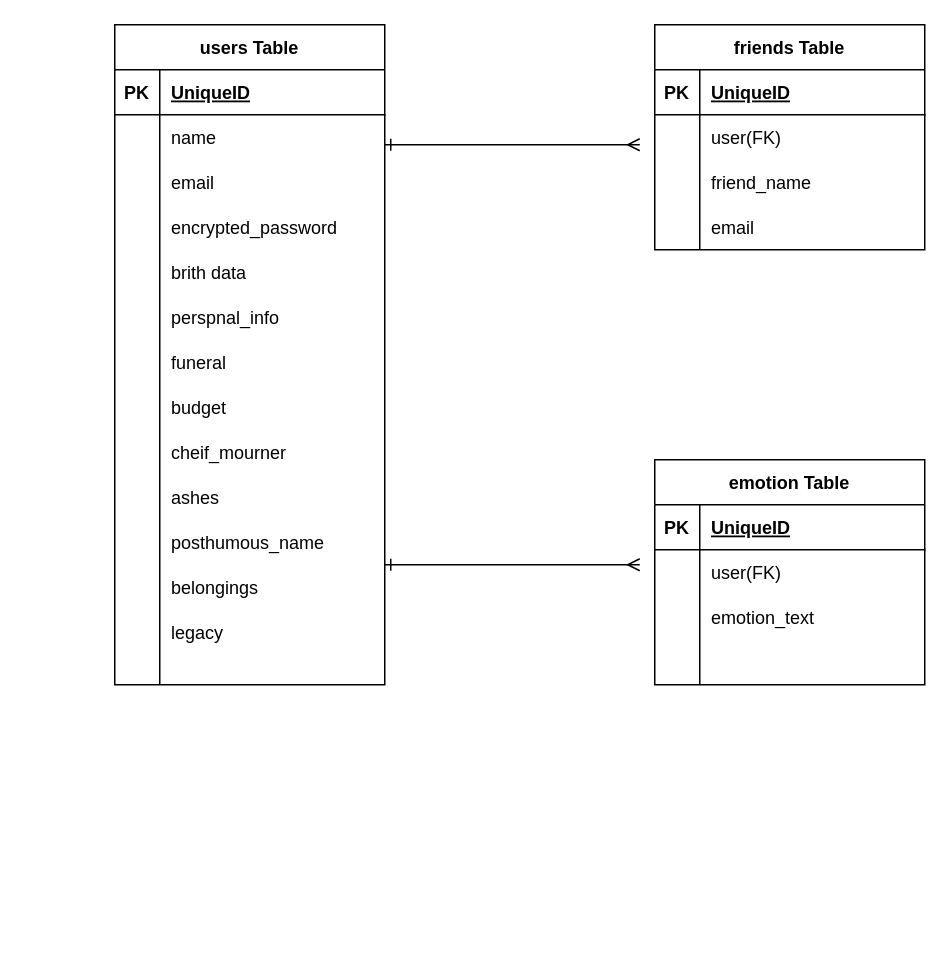
d-miyabi/lifetime keeps this draw.io diagram as ER.dio. Above is the earlier version. Source tidied: cells renumbered, new cells numbered last; positions are measured from the earlier drawing's top-left corner, leaving out a move shared by most shapes. Both pictures are drawn from the tidied source at 150%, with x=0, y=0 at pixel (24, 24).
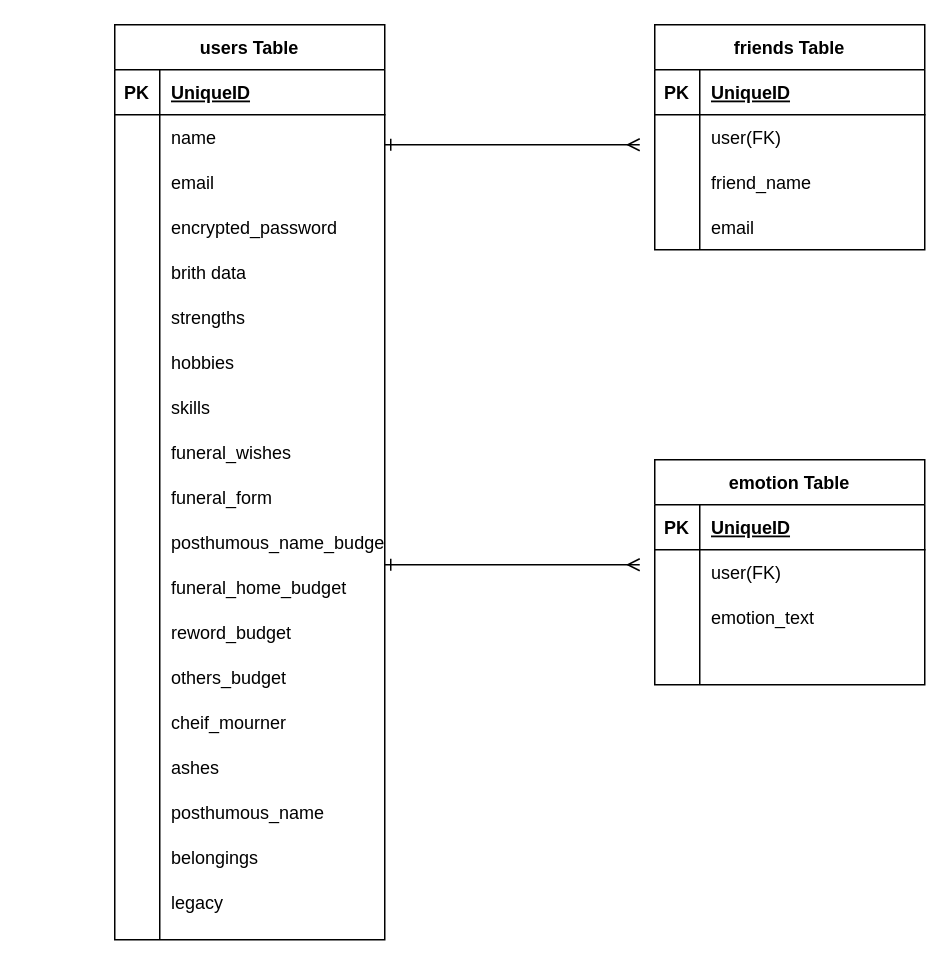
The same diagram, later.

Change to the diagram source:
```diff
@@
     <mxCell id="30" style="group;" parent="1" vertex="1">
-      <mxGeometry x="60" width="180" height="440" as="geometry" />
+      <mxGeometry x="60" width="180" height="600" as="geometry" />
     </mxCell>
     <mxCell id="31" value="users Table" style="shape=table;startSize=30;childLayout=tableLayout;rowLines=0;fontStyle=1;align=center;" parent="30" vertex="1">
-      <mxGeometry width="180" height="440" as="geometry" />
+      <mxGeometry width="180" height="610" as="geometry" />
     </mxCell>
@@
     <mxCell id="41" style="shape=tableRow;horizontal=0;startSize=0;swimlaneHead=0;swimlaneBody=0;fillColor=none;top=0;left=0;right=0;bottom=0;" parent="31" vertex="1">
-      <mxGeometry y="120" width="180" height="320" as="geometry" />
+      <mxGeometry y="120" width="180" height="490" as="geometry" />
     </mxCell>
     <mxCell id="42" style="shape=partialRectangle;fillColor=none;top=0;left=0;bottom=0;right=0;overflow=hidden;" parent="41" vertex="1">
-      <mxGeometry width="30" height="320" as="geometry" />
+      <mxGeometry width="30" height="490" as="geometry" />
     </mxCell>
     <mxCell id="43" style="shape=partialRectangle;fillColor=none;top=0;left=0;bottom=0;right=0;align=left;spacingLeft=6;overflow=hidden;" parent="41" vertex="1">
-      <mxGeometry x="30" width="150" height="320" as="geometry" />
+      <mxGeometry x="30" width="150" height="490" as="geometry" />
     </mxCell>
@@
-    <mxCell id="46" value="perspnal_info" style="shape=partialRectangle;fillColor=none;top=0;left=0;bottom=0;right=0;align=left;spacingLeft=6;overflow=hidden;" parent="30" vertex="1">
+    <mxCell id="46" value="strengths" style="shape=partialRectangle;fillColor=none;top=0;left=0;bottom=0;right=0;align=left;spacingLeft=6;overflow=hidden;" parent="30" vertex="1">
       <mxGeometry x="30" y="180" width="150" height="30" as="geometry" />
     </mxCell>
-    <mxCell id="47" value="funeral" style="shape=partialRectangle;fillColor=none;top=0;left=0;bottom=0;right=0;align=left;spacingLeft=6;overflow=hidden;" parent="30" vertex="1">
+    <mxCell id="47" value="hobbies" style="shape=partialRectangle;fillColor=none;top=0;left=0;bottom=0;right=0;align=left;spacingLeft=6;overflow=hidden;" parent="30" vertex="1">
       <mxGeometry x="30" y="210" width="150" height="30" as="geometry" />
     </mxCell>
-    <mxCell id="48" value="budget" style="shape=partialRectangle;fillColor=none;top=0;left=0;bottom=0;right=0;align=left;spacingLeft=6;overflow=hidden;" parent="30" vertex="1">
+    <mxCell id="48" value="skills" style="shape=partialRectangle;fillColor=none;top=0;left=0;bottom=0;right=0;align=left;spacingLeft=6;overflow=hidden;" parent="30" vertex="1">
       <mxGeometry x="30" y="240" width="150" height="30" as="geometry" />
     </mxCell>
+    <mxCell id="60" value="funeral_wishes" style="shape=partialRectangle;fillColor=none;top=0;left=0;bottom=0;right=0;align=left;spacingLeft=6;overflow=hidden;" parent="30" vertex="1">
+      <mxGeometry x="30" y="270" width="150" height="30" as="geometry" />
+    </mxCell>
+    <mxCell id="61" value="funeral_form" style="shape=partialRectangle;fillColor=none;top=0;left=0;bottom=0;right=0;align=left;spacingLeft=6;overflow=hidden;" parent="30" vertex="1">
+      <mxGeometry x="30" y="300" width="150" height="30" as="geometry" />
+    </mxCell>
+    <mxCell id="62" value="funeral_home_budget" style="shape=partialRectangle;fillColor=none;top=0;left=0;bottom=0;right=0;align=left;spacingLeft=6;overflow=hidden;" parent="30" vertex="1">
+      <mxGeometry x="30" y="360" width="150" height="30" as="geometry" />
+    </mxCell>
+    <mxCell id="63" value="reword_budget" style="shape=partialRectangle;fillColor=none;top=0;left=0;bottom=0;right=0;align=left;spacingLeft=6;overflow=hidden;" parent="30" vertex="1">
+      <mxGeometry x="30" y="390" width="150" height="30" as="geometry" />
+    </mxCell>
+    <mxCell id="64" value="others_budget" style="shape=partialRectangle;fillColor=none;top=0;left=0;bottom=0;right=0;align=left;spacingLeft=6;overflow=hidden;" parent="30" vertex="1">
+      <mxGeometry x="30" y="420" width="150" height="30" as="geometry" />
+    </mxCell>
+    <mxCell id="65" value="posthumous_name_budget" style="shape=partialRectangle;fillColor=none;top=0;left=0;bottom=0;right=0;align=left;spacingLeft=6;overflow=hidden;" parent="30" vertex="1">
+      <mxGeometry x="30" y="330" width="150" height="30" as="geometry" />
+    </mxCell>
     <mxCell id="49" value="cheif_mourner" style="shape=partialRectangle;fillColor=none;top=0;left=0;bottom=0;right=0;align=left;spacingLeft=6;overflow=hidden;" parent="30" vertex="1">
-      <mxGeometry x="30" y="270" width="150" height="30" as="geometry" />
+      <mxGeometry x="30" y="450" width="150" height="30" as="geometry" />
     </mxCell>
     <mxCell id="50" value="ashes" style="shape=partialRectangle;fillColor=none;top=0;left=0;bottom=0;right=0;align=left;spacingLeft=6;overflow=hidden;" parent="30" vertex="1">
-      <mxGeometry x="30" y="300" width="150" height="30" as="geometry" />
+      <mxGeometry x="30" y="480" width="150" height="30" as="geometry" />
     </mxCell>
     <mxCell id="51" value="posthumous_name" style="shape=partialRectangle;fillColor=none;top=0;left=0;bottom=0;right=0;align=left;spacingLeft=6;overflow=hidden;" parent="30" vertex="1">
-      <mxGeometry x="30" y="330" width="150" height="30" as="geometry" />
+      <mxGeometry x="30" y="510" width="150" height="30" as="geometry" />
     </mxCell>
     <mxCell id="52" value="belongings" style="shape=partialRectangle;fillColor=none;top=0;left=0;bottom=0;right=0;align=left;spacingLeft=6;overflow=hidden;" parent="30" vertex="1">
-      <mxGeometry x="30" y="360" width="150" height="30" as="geometry" />
+      <mxGeometry x="30" y="540" width="150" height="30" as="geometry" />
     </mxCell>
     <mxCell id="53" value="legacy" style="shape=partialRectangle;fillColor=none;top=0;left=0;bottom=0;right=0;align=left;spacingLeft=6;overflow=hidden;" parent="30" vertex="1">
-      <mxGeometry x="30" y="390" width="150" height="30" as="geometry" />
+      <mxGeometry x="30" y="570" width="150" height="30" as="geometry" />
     </mxCell>
```
